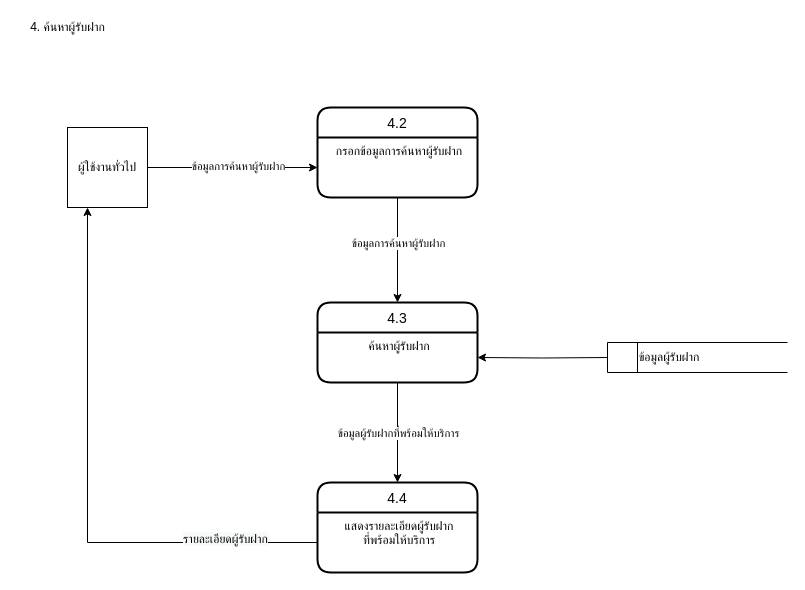
Hostdogs/Project_Hostdog keeps this draw.io diagram as page "process4" (8 of 13) of ProjectProcesses/HostDog_5DFD/dfd.drawio. Above is the earlier version. Source tidied: cells renumbered, new cells numbered last; positions are measured from the earlier drawing's top-left corner, leaving out a move shared by most shapes. Both pictures are drawn from the tidied source at 100%, with x=0, y=0 at pixel (17, 17).
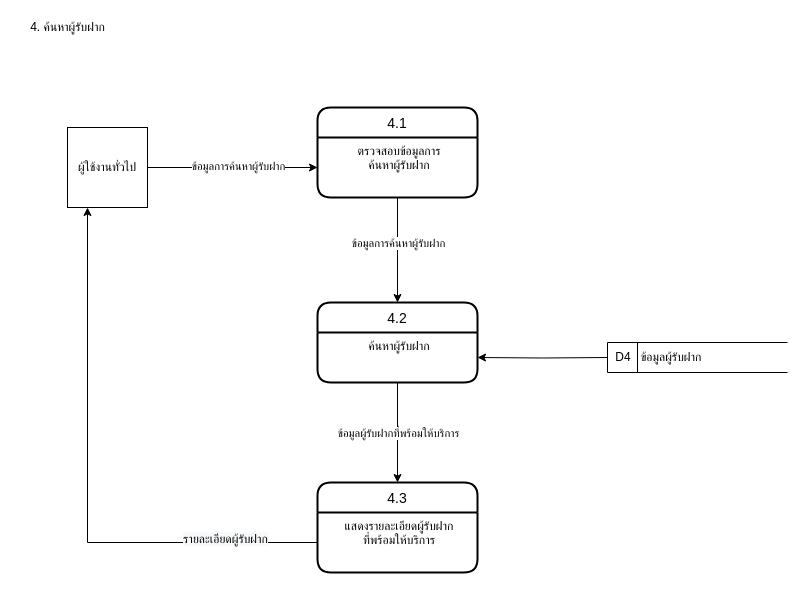
After the change.

Diff of the diagram source:
```diff
@@
-    <mxCell id="2" value="4.2" style="swimlane;horizontal=1;startSize=30;rounded=1;fontSize=14;fontStyle=0;strokeWidth=2;shadow=0;dashed=0;align=center;" parent="1" vertex="1">
+    <mxCell id="2" value="4.1" style="swimlane;horizontal=1;startSize=30;rounded=1;fontSize=14;fontStyle=0;strokeWidth=2;shadow=0;dashed=0;align=center;" parent="1" vertex="1">
       <mxGeometry x="300" y="90" width="160" height="90" as="geometry" />
     </mxCell>
-    <mxCell id="3" value="กรอกข้อมูลการค้นหาผู้รับฝาก" style="align=center;strokeColor=none;fillColor=none;spacingLeft=4;fontSize=12;verticalAlign=top;" parent="2" vertex="1">
+    <mxCell id="3" value="ตรวจสอบข้อมูลการ&#10;ค้นหาผู้รับฝาก" style="align=center;strokeColor=none;fillColor=none;spacingLeft=4;fontSize=12;verticalAlign=top;" parent="2" vertex="1">
       <mxGeometry y="30" width="160" height="60" as="geometry" />
     </mxCell>
-    <mxCell id="4" value="4.3" style="swimlane;horizontal=1;startSize=30;rounded=1;fontSize=14;fontStyle=0;strokeWidth=2;shadow=0;dashed=0;align=center;" parent="1" vertex="1">
+    <mxCell id="4" value="4.2" style="swimlane;horizontal=1;startSize=30;rounded=1;fontSize=14;fontStyle=0;strokeWidth=2;shadow=0;dashed=0;align=center;" parent="1" vertex="1">
       <mxGeometry x="300" y="285" width="160" height="80" as="geometry" />
     </mxCell>
@@
-    <mxCell id="6" value="4.4" style="swimlane;horizontal=1;startSize=30;rounded=1;fontSize=14;fontStyle=0;strokeWidth=2;shadow=0;dashed=0;align=center;" parent="1" vertex="1">
+    <mxCell id="6" value="4.3" style="swimlane;horizontal=1;startSize=30;rounded=1;fontSize=14;fontStyle=0;strokeWidth=2;shadow=0;dashed=0;align=center;" parent="1" vertex="1">
       <mxGeometry x="300" y="465" width="160" height="90" as="geometry" />
     </mxCell>
@@
-    <mxCell id="19" value="&amp;nbsp; &amp;nbsp; &amp;nbsp; &amp;nbsp; ข้อมูลผู้รับฝาก" style="html=1;dashed=0;whitespace=wrap;shape=mxgraph.dfd.dataStoreID;align=left;spacingLeft=3;" parent="1" vertex="1">
+    <mxCell id="19" value="&amp;nbsp;D4&amp;nbsp; &amp;nbsp;ข้อมูลผู้รับฝาก" style="html=1;dashed=0;whitespace=wrap;shape=mxgraph.dfd.dataStoreID;align=left;spacingLeft=3;" parent="1" vertex="1">
       <mxGeometry x="590" y="325" width="180" height="30" as="geometry" />
     </mxCell>
```
